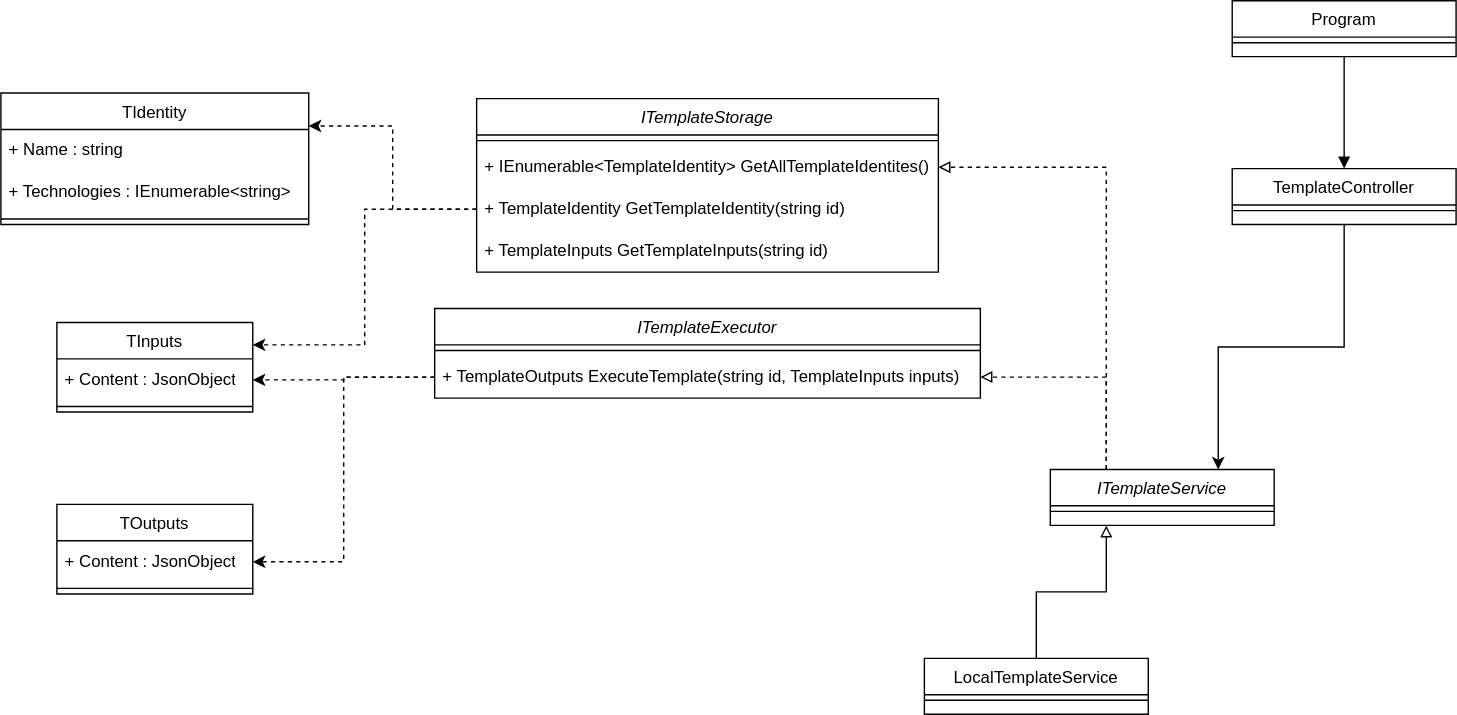
Before: docs/figures/nebulift-back-classes.svg, a diagram exported from draw.io (Mentoring-Bordeaux/nebulift). Source tidied: cells renumbered, new cells last; positions are measured from the earlier drawing's top-left corner, leaving out a move shared by most shapes.
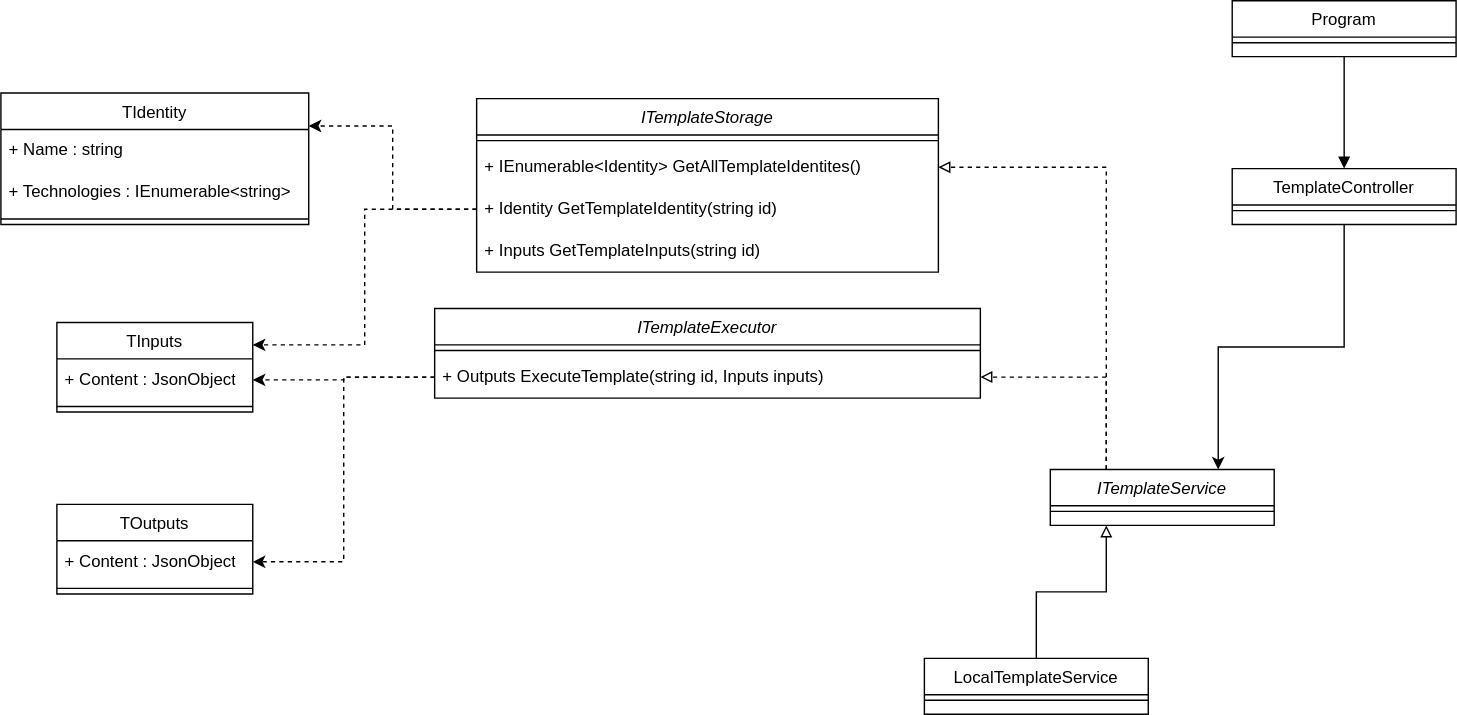
After the change.

Commit message:
docs: names of classes

The edit, as a diff of the source:
```diff
@@ -26,13 +26,13 @@
     <mxCell id="9" style="line;html=1;strokeWidth=1;align=left;verticalAlign=middle;spacingTop=-1;spacingLeft=3;spacingRight=3;labelPosition=right;" parent="8" vertex="1">
       <mxGeometry y="26" width="330" height="8" as="geometry" />
     </mxCell>
-    <mxCell id="10" value="+ IEnumerable&amp;lt;TemplateIdentity&amp;gt; GetAllTemplateIdentites()" style="text;strokeColor=none;fillColor=none;align=left;verticalAlign=middle;spacingLeft=4;spacingRight=4;overflow=hidden;points=[[0,0.5],[1,0.5]];portConstraint=eastwest;whiteSpace=wrap;html=1;" parent="8" vertex="1">
+    <mxCell id="10" value="+ IEnumerable&amp;lt;Identity&amp;gt; GetAllTemplateIdentites()" style="text;strokeColor=none;fillColor=none;align=left;verticalAlign=middle;spacingLeft=4;spacingRight=4;overflow=hidden;points=[[0,0.5],[1,0.5]];portConstraint=eastwest;whiteSpace=wrap;html=1;" parent="8" vertex="1">
       <mxGeometry y="34" width="330" height="30" as="geometry" />
     </mxCell>
-    <mxCell id="11" value="+ TemplateIdentity GetTemplateIdentity(string id)" style="text;strokeColor=none;fillColor=none;align=left;verticalAlign=middle;spacingLeft=4;spacingRight=4;overflow=hidden;points=[[0,0.5],[1,0.5]];portConstraint=eastwest;whiteSpace=wrap;html=1;" parent="8" vertex="1">
+    <mxCell id="11" value="+ Identity GetTemplateIdentity(string id)" style="text;strokeColor=none;fillColor=none;align=left;verticalAlign=middle;spacingLeft=4;spacingRight=4;overflow=hidden;points=[[0,0.5],[1,0.5]];portConstraint=eastwest;whiteSpace=wrap;html=1;" parent="8" vertex="1">
       <mxGeometry y="64" width="330" height="30" as="geometry" />
     </mxCell>
-    <mxCell id="12" value="+ TemplateInputs GetTemplateInputs(string id)" style="text;strokeColor=none;fillColor=none;align=left;verticalAlign=middle;spacingLeft=4;spacingRight=4;overflow=hidden;whiteSpace=wrap;html=1;" parent="8" vertex="1">
+    <mxCell id="12" value="+ Inputs GetTemplateInputs(string id)" style="text;strokeColor=none;fillColor=none;align=left;verticalAlign=middle;spacingLeft=4;spacingRight=4;overflow=hidden;whiteSpace=wrap;html=1;" parent="8" vertex="1">
       <mxGeometry y="94" width="330" height="30" as="geometry" />
     </mxCell>
     <mxCell id="13" value="ITemplateExecutor" style="swimlane;fontStyle=2;align=center;verticalAlign=top;horizontal=1;startSize=26;rounded=0;shadow=0;strokeWidth=1;" parent="1" vertex="1">
@@ -41,7 +41,7 @@
     <mxCell id="14" style="line;html=1;strokeWidth=1;align=left;verticalAlign=middle;spacingTop=-1;spacingLeft=3;spacingRight=3;labelPosition=right;" parent="13" vertex="1">
       <mxGeometry y="26" width="390" height="8" as="geometry" />
     </mxCell>
-    <mxCell id="15" value="+ TemplateOutputs ExecuteTemplate(string id, TemplateInputs inputs)" style="text;strokeColor=none;fillColor=none;align=left;verticalAlign=middle;spacingLeft=4;spacingRight=4;overflow=hidden;points=[[0,0.5],[1,0.5]];portConstraint=eastwest;whiteSpace=wrap;html=1;" parent="13" vertex="1">
+    <mxCell id="15" value="+ Outputs ExecuteTemplate(string id, Inputs inputs)" style="text;strokeColor=none;fillColor=none;align=left;verticalAlign=middle;spacingLeft=4;spacingRight=4;overflow=hidden;points=[[0,0.5],[1,0.5]];portConstraint=eastwest;whiteSpace=wrap;html=1;" parent="13" vertex="1">
       <mxGeometry y="34" width="390" height="30" as="geometry" />
     </mxCell>
     <mxCell id="16" value="TIdentity" style="swimlane;fontStyle=0;align=center;verticalAlign=top;horizontal=1;startSize=26;rounded=0;shadow=0;strokeWidth=1;" parent="1" vertex="1">
```
